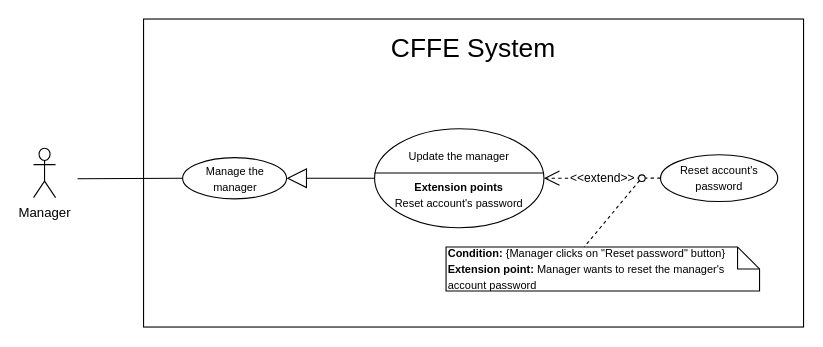
The draw.io diagram page "ResetPassword" (12 of 21) of Users/HuuDN/UsecaseDiagram/Admin/Overview.drawio in luannmdev/CapstoneDocument, before the edit. Source tidied: cells renumbered, new cells numbered last; positions are measured from the earlier drawing's top-left corner, leaving out a move shared by most shapes. Both pictures are drawn from the tidied source at 110%, with x=0, y=0 at pixel (33, 19).
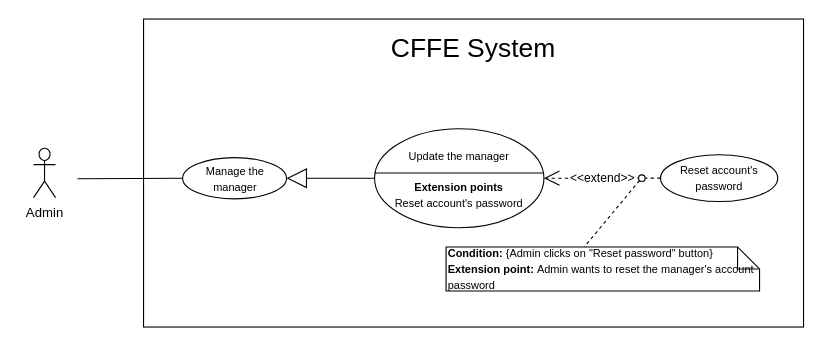
The same diagram, later.

Change to the diagram source:
```diff
@@
 <mxGraphModel>
   <root>
     <mxCell id="0" />
     <mxCell id="1" parent="0" />
     <mxCell id="2" style="rounded=0;whiteSpace=wrap;html=1;" parent="1" vertex="1">
       <mxGeometry x="100" y="-0.2" width="600" height="280" as="geometry" />
     </mxCell>
     <mxCell id="3" value="&lt;span style=&quot;font-size: 24px&quot;&gt;CFFE System&lt;/span&gt;" style="text;html=1;strokeColor=none;fillColor=none;align=center;verticalAlign=middle;whiteSpace=wrap;rounded=0;" parent="1" vertex="1">
       <mxGeometry x="235" y="17" width="330" height="20" as="geometry" />
     </mxCell>
-    <mxCell id="4" value="Manager" style="shape=umlActor;verticalLabelPosition=bottom;verticalAlign=top;html=1;" parent="1" vertex="1">
+    <mxCell id="4" value="Admin" style="shape=umlActor;verticalLabelPosition=bottom;verticalAlign=top;html=1;" parent="1" vertex="1">
       <mxGeometry y="117.2" width="20" height="45" as="geometry" />
     </mxCell>
     <mxCell id="5" style="endArrow=none;html=1;rounded=0;exitX=0;exitY=0.5;exitDx=0;exitDy=0;" parent="1" edge="1" source="13">
       <mxGeometry relative="1" as="geometry">
         <mxPoint x="40" y="145" as="targetPoint" />
       </mxGeometry>
     </mxCell>
     <mxCell id="6" value="&lt;font style=&quot;font-size: 10px&quot;&gt;Update the manager&lt;br&gt;&lt;br&gt;&lt;b&gt;Extension points&lt;/b&gt;&lt;br&gt;Reset account's password&lt;br&gt;&lt;/font&gt;" style="ellipse;whiteSpace=wrap;html=1;" parent="1" vertex="1">
       <mxGeometry x="310" y="99.5" width="154" height="90" as="geometry" />
     </mxCell>
     <mxCell id="7" style="line;strokeWidth=1;fillColor=none;align=left;verticalAlign=middle;spacingTop=-1;spacingLeft=3;spacingRight=3;labelPosition=right;fontSize=18;" parent="1" vertex="1">
       <mxGeometry x="310" y="135.8" width="154" height="8" as="geometry" />
     </mxCell>
     <mxCell id="8" value="&lt;font style=&quot;font-size: 10px&quot;&gt;Reset account's password&lt;br&gt;&lt;/font&gt;" style="ellipse;whiteSpace=wrap;html=1;" parent="1" vertex="1">
       <mxGeometry x="570" y="123.2" width="106.5" height="42.5" as="geometry" />
     </mxCell>
     <mxCell id="9" value="&amp;lt;&amp;lt;extend&amp;gt;&amp;gt;" style="endArrow=open;endSize=12;dashed=1;html=1;exitX=0;exitY=0.5;exitDx=0;exitDy=0;" parent="1" edge="1" source="8" target="6">
       <mxGeometry relative="1" as="geometry" />
     </mxCell>
-    <mxCell id="10" value="&lt;font style=&quot;font-size: 10px&quot;&gt;&lt;b&gt;Condition: &lt;/b&gt;{Manager clicks on &quot;Reset password&quot;&amp;nbsp;button}&lt;br&gt;&lt;b&gt;Extension point:&amp;nbsp;&lt;/b&gt;Manager&amp;nbsp;wants to reset the manager's account password&lt;/font&gt;" style="shape=note;size=20;whiteSpace=wrap;html=1;align=left;" parent="1" vertex="1">
+    <mxCell id="10" value="&lt;font style=&quot;font-size: 10px&quot;&gt;&lt;b&gt;Condition: &lt;/b&gt;{Admin clicks on &quot;Reset password&quot;&amp;nbsp;button}&lt;br&gt;&lt;b&gt;Extension point:&amp;nbsp;&lt;/b&gt;Admin wants to reset the manager's account password&lt;/font&gt;" style="shape=note;size=20;whiteSpace=wrap;html=1;align=left;" parent="1" vertex="1">
       <mxGeometry x="375" y="207" width="285" height="40" as="geometry" />
     </mxCell>
     <mxCell id="11" style="endArrow=none;dashed=1;html=1;entryX=0.441;entryY=0;entryDx=0;entryDy=0;entryPerimeter=0;exitX=0;exitY=1;exitDx=0;exitDy=0;" parent="1" edge="1" source="12" target="10">
       <mxGeometry relative="1" as="geometry" />
     </mxCell>
     <mxCell id="12" style="ellipse;whiteSpace=wrap;html=1;" parent="1" vertex="1">
       <mxGeometry x="550" y="141.5" width="6" height="6" as="geometry" />
     </mxCell>
     <mxCell id="13" value="&lt;font style=&quot;font-size: 10px&quot;&gt;Manage the manager&lt;br&gt;&lt;/font&gt;" style="ellipse;whiteSpace=wrap;html=1;" parent="1" vertex="1">
       <mxGeometry x="135.5" y="125.8" width="94.5" height="37.5" as="geometry" />
     </mxCell>
     <mxCell id="14" style="endArrow=block;endSize=16;endFill=0;html=1;exitX=0;exitY=0.5;exitDx=0;exitDy=0;entryX=1;entryY=0.5;entryDx=0;entryDy=0;" parent="1" edge="1" source="6" target="13">
       <mxGeometry relative="1" as="geometry" />
     </mxCell>
   </root>
 </mxGraphModel>
```
